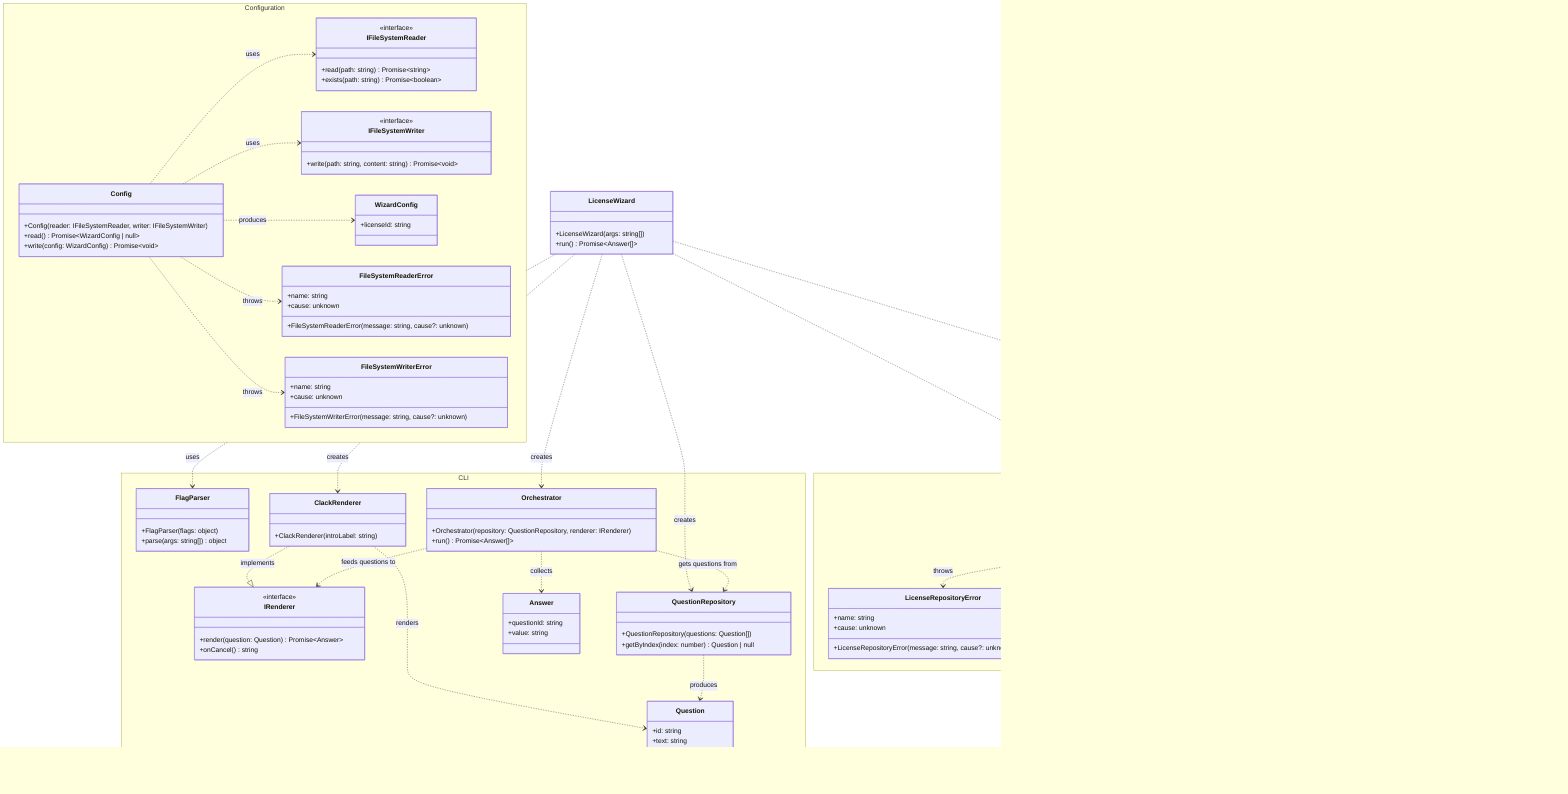
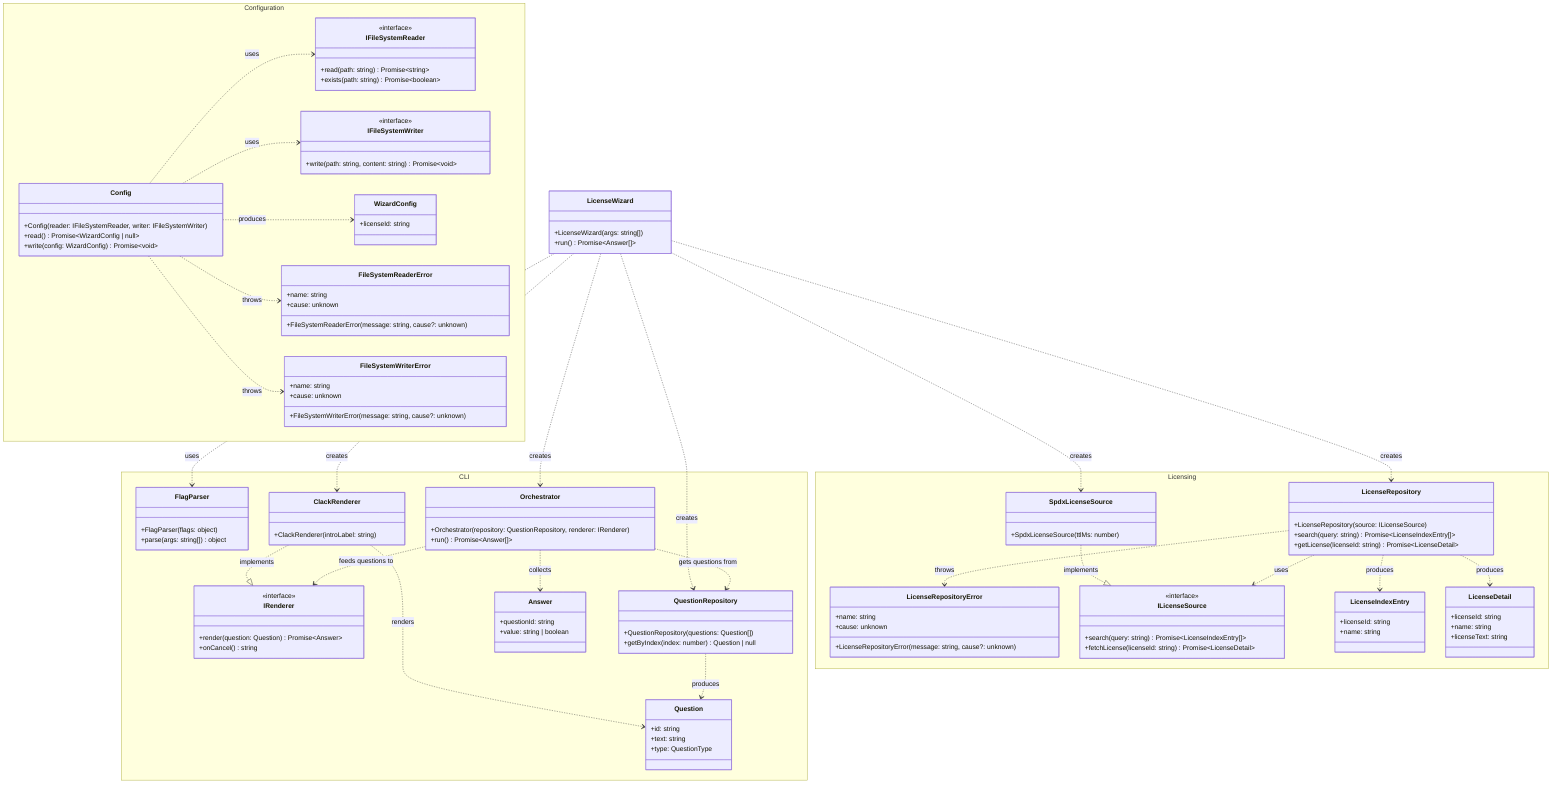
classDiagram
  direction TB

  class LicenseWizard {
    +LicenseWizard(args: string[])
    +run() Promise~Answer[]~
  }

  namespace CLI {
    class FlagParser {
      +FlagParser(flags: object)
      +parse(args: string[]) object
    }

    class Orchestrator {
      +Orchestrator(repository: QuestionRepository, renderer: IRenderer)
      +run() Promise~Answer[]~
    }

    class IRenderer {
      <<interface>>
      +render(question: Question) Promise~Answer~
      +onCancel() string
    }

    class ClackRenderer {
      +ClackRenderer(introLabel: string)
    }

    class QuestionRepository {
      +QuestionRepository(questions: Question[])
      +getByIndex(index: number) Question | null
    }

    class Question {
      +id: string
      +text: string
      +type: QuestionType
    }

    class Answer {
      +questionId: string
-       +value: string
+       +value: string | boolean
    }
  }

  namespace Licensing {
    class LicenseRepository {
      +LicenseRepository(source: ILicenseSource)
      +search(query: string) Promise~LicenseIndexEntry[]~
      +getLicense(licenseId: string) Promise~LicenseDetail~
    }

    class LicenseRepositoryError {
      +name: string
      +cause: unknown
      +LicenseRepositoryError(message: string, cause?: unknown)
    }

    class ILicenseSource {
      <<interface>>
      +search(query: string) Promise~LicenseIndexEntry[]~
      +fetchLicense(licenseId: string) Promise~LicenseDetail~
    }

    class SpdxLicenseSource {
      +SpdxLicenseSource(ttlMs: number)
    }

    class LicenseIndexEntry {
      +licenseId: string
      +name: string
    }

    class LicenseDetail {
      +licenseId: string
      +name: string
      +licenseText: string
    }
  }

  namespace Configuration {
    class IFileSystemReader {
      <<interface>>
      +read(path: string) Promise~string~
      +exists(path: string) Promise~boolean~
    }

    class IFileSystemWriter {
      <<interface>>
      +write(path: string, content: string) Promise~void~
    }

    class FileSystemReaderError {
      +name: string
      +cause: unknown
      +FileSystemReaderError(message: string, cause?: unknown)
    }

    class FileSystemWriterError {
      +name: string
      +cause: unknown
      +FileSystemWriterError(message: string, cause?: unknown)
    }

    class WizardConfig {
      +licenseId: string
    }

    class Config {
      +Config(reader: IFileSystemReader, writer: IFileSystemWriter)
      +read() Promise~WizardConfig | null~
      +write(config: WizardConfig) Promise~void~
    }
  }

  ClackRenderer ..|> IRenderer : implements
  LicenseWizard ..> FlagParser : uses
  LicenseWizard ..> QuestionRepository : creates
  LicenseWizard ..> ClackRenderer : creates
  LicenseWizard ..> Orchestrator : creates
  LicenseWizard ..> SpdxLicenseSource : creates
  LicenseWizard ..> LicenseRepository : creates
  Orchestrator ..> QuestionRepository : gets questions from
  Orchestrator ..> IRenderer : feeds questions to
  ClackRenderer ..> Question : renders
  QuestionRepository ..> Question : produces
  Orchestrator ..> Answer : collects
  SpdxLicenseSource ..|> ILicenseSource : implements
  LicenseRepository ..> ILicenseSource : uses
  LicenseRepository ..> LicenseIndexEntry : produces
  LicenseRepository ..> LicenseDetail : produces
  LicenseRepository ..> LicenseRepositoryError : throws
  Config ..> IFileSystemReader : uses
  Config ..> IFileSystemWriter : uses
  Config ..> WizardConfig : produces
  Config ..> FileSystemReaderError : throws
  Config ..> FileSystemWriterError : throws
